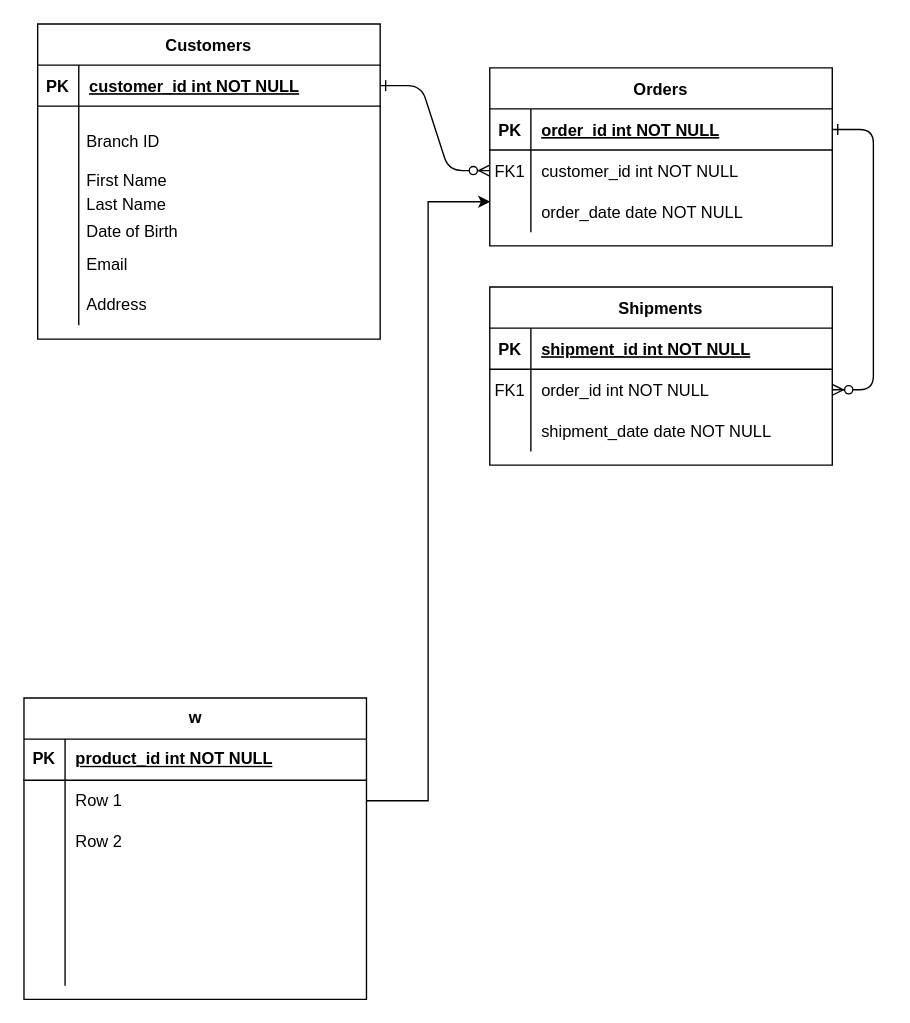
shixuanlin1/erdiagram keeps this draw.io diagram as 未命名绘图.drawio. Above is the earlier version. Source tidied: cells renumbered, new cells numbered last; positions are measured from the earlier drawing's top-left corner, leaving out a move shared by most shapes. Both pictures are drawn from the tidied source at 137%, with x=0, y=0 at pixel (23, 23).
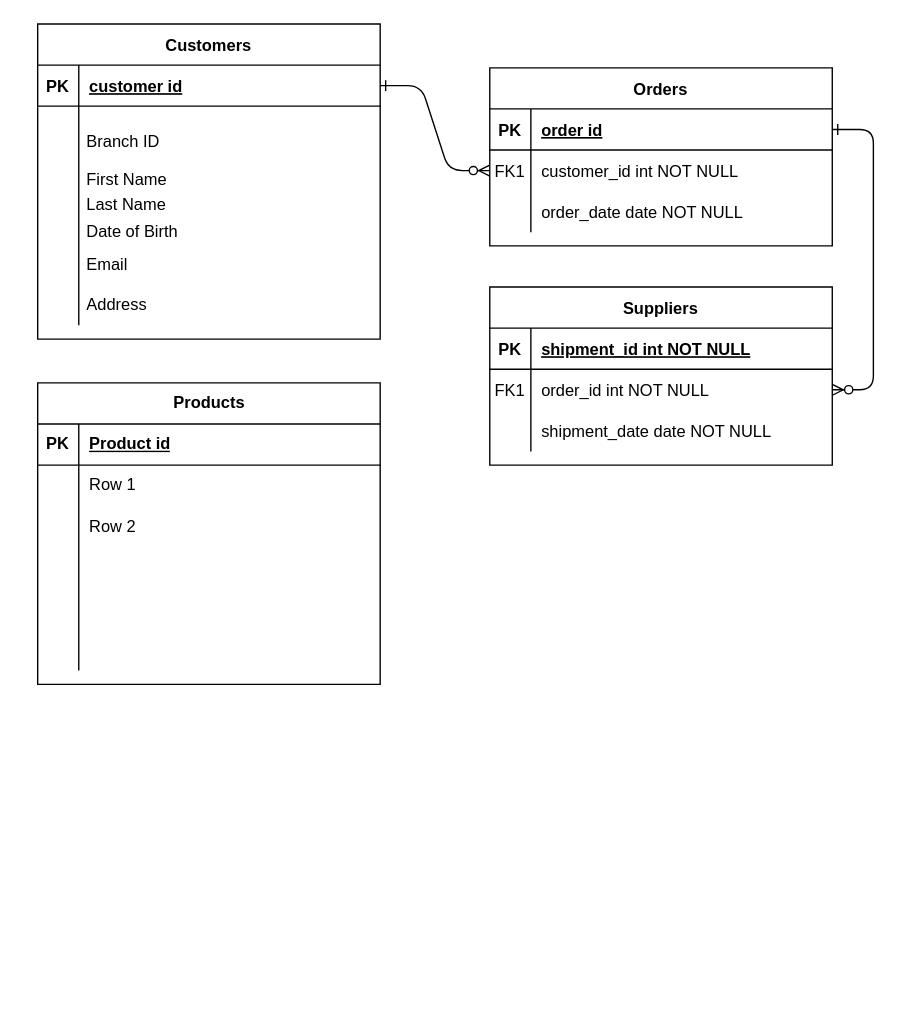
The same page after the edit.

Commit message:
更新未命名绘图.drawio

Unchanged cells that the change refers to:
```xml
<mxCell id="5" style="shape=partialRectangle;fillColor=none;points=[[0,0.5],[1,0.5]];portConstraint=eastwest;top=0;left=0;right=0;bottom=1;" parent="4" vertex="1">
  <mxGeometry y="30" width="250" height="30" as="geometry" />
</mxCell>
<mxCell id="11" style="shape=partialRectangle;fillColor=none;points=[[0,0.5],[1,0.5]];portConstraint=eastwest;top=0;left=0;right=0;bottom=0;" parent="4" vertex="1">
  <mxGeometry y="90" width="250" height="30" as="geometry" />
</mxCell>
<mxCell id="25" style="shape=partialRectangle;fillColor=none;points=[[0,0.5],[1,0.5]];portConstraint=eastwest;top=0;left=0;right=0;bottom=1;" parent="24" vertex="1">
  <mxGeometry y="30" width="250" height="30" as="geometry" />
</mxCell>
<mxCell id="32" style="shape=tableRow;horizontal=0;startSize=0;swimlaneHead=0;swimlaneBody=0;fillColor=none;top=0;left=0;right=0;bottom=1;" parent="31" vertex="1">
  <mxGeometry y="30" width="250" height="30" as="geometry" />
</mxCell>
<mxCell id="35" style="shape=tableRow;horizontal=0;startSize=0;swimlaneHead=0;swimlaneBody=0;fillColor=none;points=[[0,0.5],[1,0.5]];portConstraint=eastwest;top=0;left=0;right=0;bottom=0;" parent="31" vertex="1">
  <mxGeometry y="60" width="250" height="30" as="geometry" />
</mxCell>
```

Diff of the diagram source:
```diff
@@
-    <mxCell id="7" value="order_id int NOT NULL " style="shape=partialRectangle;overflow=hidden;fillColor=none;top=0;left=0;bottom=0;right=0;align=left;spacingLeft=6;fontStyle=5;" parent="5" vertex="1">
+    <mxCell id="7" value="order id" style="shape=partialRectangle;overflow=hidden;fillColor=none;top=0;left=0;bottom=0;right=0;align=left;spacingLeft=6;fontStyle=5;" parent="5" vertex="1">
       <mxGeometry x="30" width="220" height="30" as="geometry" />
     </mxCell>
@@
-    <mxCell id="14" value="Shipments" style="shape=table;startSize=30;childLayout=tableLayout;rowLines=0;fontStyle=1;align=center;" parent="1" vertex="1">
+    <mxCell id="14" value="Suppliers" style="shape=table;startSize=30;childLayout=tableLayout;rowLines=0;fontStyle=1;align=center;" parent="1" vertex="1">
       <mxGeometry x="340" y="192" width="250" height="130" as="geometry" />
     </mxCell>
@@
-    <mxCell id="27" value="customer_id int NOT NULL " style="shape=partialRectangle;overflow=hidden;fillColor=none;top=0;left=0;bottom=0;right=0;align=left;spacingLeft=6;fontStyle=5;" parent="25" vertex="1">
+    <mxCell id="27" value="customer id" style="shape=partialRectangle;overflow=hidden;fillColor=none;top=0;left=0;bottom=0;right=0;align=left;spacingLeft=6;fontStyle=5;" parent="25" vertex="1">
       <mxGeometry x="30" width="220" height="30" as="geometry" />
     </mxCell>
@@
-    <mxCell id="31" value="w" style="shape=table;startSize=30;childLayout=tableLayout;rowLines=0;fontStyle=1;align=center;html=1;" parent="1" vertex="1">
-      <mxGeometry y="492" width="250" height="220" as="geometry" />
+    <mxCell id="31" value="Products" style="shape=table;startSize=30;childLayout=tableLayout;rowLines=0;fontStyle=1;align=center;html=1;" parent="1" vertex="1">
+      <mxGeometry x="10" y="262" width="250" height="220" as="geometry" />
     </mxCell>
@@
-    <mxCell id="34" value="product_id int NOT NULL" style="shape=partialRectangle;fillColor=none;top=0;left=0;bottom=0;right=0;align=left;spacingLeft=6;fontStyle=5;overflow=hidden;whiteSpace=wrap;html=1;" parent="32" vertex="1">
+    <mxCell id="34" value="Product id" style="shape=partialRectangle;fillColor=none;top=0;left=0;bottom=0;right=0;align=left;spacingLeft=6;fontStyle=5;overflow=hidden;whiteSpace=wrap;html=1;" parent="32" vertex="1">
       <mxGeometry x="30" width="220" height="30" as="geometry" />
     </mxCell>
@@
-    <mxCell id="44" style="edgeStyle=orthogonalEdgeStyle;rounded=0;jettySize=auto;html=1;exitX=1;exitY=0.5;exitDx=0;exitDy=0;entryX=0.002;entryY=0.259;entryDx=0;entryDy=0;entryPerimeter=0;" parent="1" edge="1" source="35" target="11">
-      <mxGeometry relative="1" as="geometry" />
-    </mxCell>
@@
     <mxCell id="46" value="First Name&lt;br&gt;" style="text;strokeColor=none;fillColor=none;spacingLeft=4;spacingRight=4;overflow=hidden;fontSize=12;whiteSpace=wrap;html=1;" parent="1" vertex="1">
-      <mxGeometry x="40" y="101" width="220" height="30" as="geometry" />
+      <mxGeometry x="40" y="100" width="220" height="30" as="geometry" />
     </mxCell>
```
